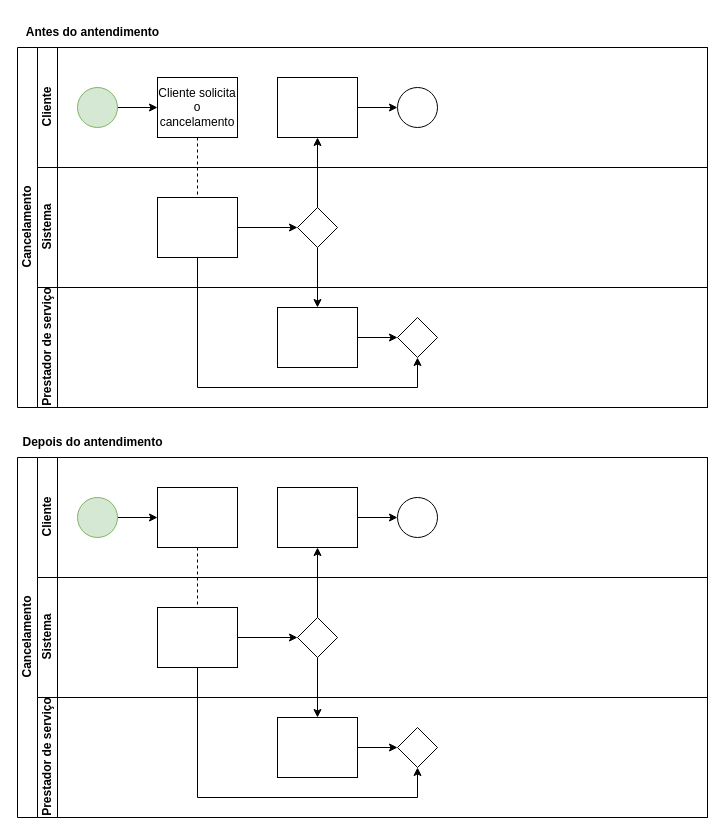
Before: Cancelamento.drawio in wholocked1/projeto_eng_software_041, a draw.io diagram. Source tidied: cells renumbered, new cells numbered last; positions are measured from the earlier drawing's top-left corner, leaving out a move shared by most shapes. Both pictures are drawn from the tidied source at 100%, with x=0, y=0 at pixel (17, 17).
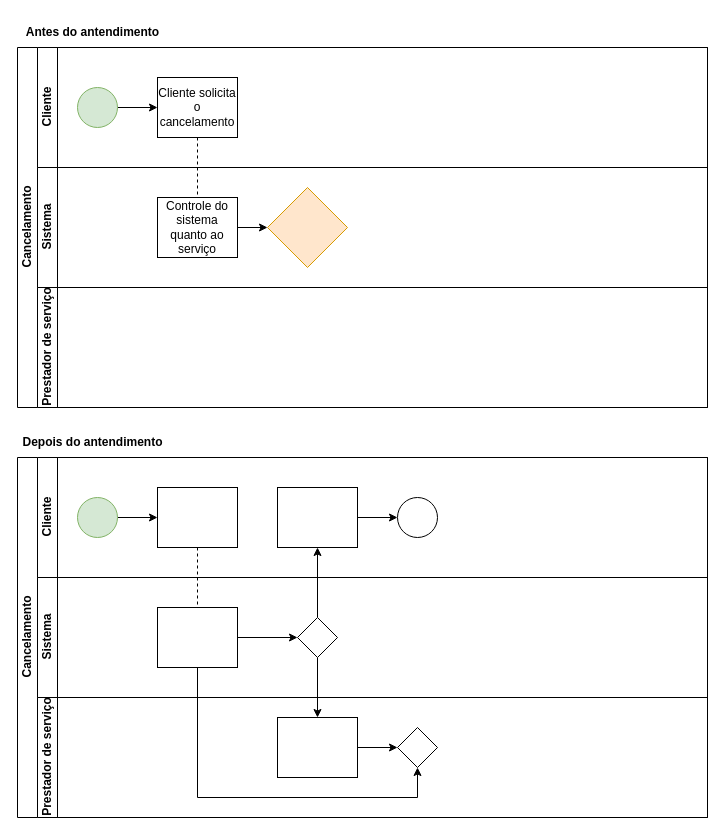
Above is the later version.

Commit message:
começo do cancelamento antes

Unchanged cells that the change refers to:
```xml
<mxCell id="2" value="Cancelamento" style="swimlane;html=1;horizontal=0;startSize=20;" parent="1" vertex="1">
  <mxGeometry y="30" width="690" height="360" as="geometry" />
</mxCell>
<mxCell id="7" value="Cliente" style="swimlane;html=1;startSize=20;horizontal=0;" parent="2" vertex="1">
  <mxGeometry x="20" width="670" height="120" as="geometry" />
</mxCell>
<mxCell id="14" value="Sistema" style="swimlane;html=1;startSize=20;horizontal=0;" parent="2" vertex="1">
  <mxGeometry x="20" y="120" width="670" height="120" as="geometry" />
</mxCell>
<mxCell id="18" value="Prestador de serviço" style="swimlane;html=1;startSize=20;horizontal=0;" parent="2" vertex="1">
  <mxGeometry x="20" y="240" width="670" height="120" as="geometry" />
</mxCell>
```

What changed in the source:
```diff
@@
-    <mxCell id="4" style="edgeStyle=orthogonalEdgeStyle;rounded=0;jettySize=auto;html=1;endArrow=classic;endFill=1;" parent="2" edge="1" source="17" target="12">
-      <mxGeometry relative="1" as="geometry" />
-    </mxCell>
-    <mxCell id="5" style="edgeStyle=orthogonalEdgeStyle;rounded=0;jettySize=auto;html=1;endArrow=classic;endFill=1;" parent="2" edge="1" source="17" target="20">
-      <mxGeometry relative="1" as="geometry" />
-    </mxCell>
-    <mxCell id="6" style="edgeStyle=orthogonalEdgeStyle;rounded=0;jettySize=auto;html=1;endArrow=classic;endFill=1;" parent="2" edge="1" source="16" target="21">
-      <mxGeometry relative="1" as="geometry">
-        <Array as="points">
-          <mxPoint x="180" y="340" />
-          <mxPoint x="400" y="340" />
-        </Array>
-      </mxGeometry>
-    </mxCell>
@@
-    <mxCell id="11" style="edgeStyle=orthogonalEdgeStyle;rounded=0;jettySize=auto;html=1;endArrow=classic;endFill=1;" parent="7" edge="1" source="12" target="13">
-      <mxGeometry relative="1" as="geometry" />
-    </mxCell>
-    <mxCell id="12" style="rounded=0;whiteSpace=wrap;html=1;fontFamily=Helvetica;fontSize=12;fontColor=#000000;align=center;" parent="7" vertex="1">
-      <mxGeometry x="240" y="30" width="80" height="60" as="geometry" />
-    </mxCell>
-    <mxCell id="13" style="ellipse;whiteSpace=wrap;html=1;" parent="7" vertex="1">
-      <mxGeometry x="360" y="40" width="40" height="40" as="geometry" />
-    </mxCell>
@@
-    <mxCell id="15" style="edgeStyle=orthogonalEdgeStyle;rounded=0;jettySize=auto;html=1;endArrow=classic;endFill=1;" parent="14" edge="1" source="16" target="17">
-      <mxGeometry relative="1" as="geometry" />
-    </mxCell>
-    <mxCell id="16" style="rounded=0;whiteSpace=wrap;html=1;fontFamily=Helvetica;fontSize=12;fontColor=#000000;align=center;" parent="14" vertex="1">
+    <mxCell id="16" value="Controle do sistema quanto ao serviço" style="rounded=0;whiteSpace=wrap;html=1;fontFamily=Helvetica;fontSize=12;fontColor=#000000;align=center;" parent="14" vertex="1">
       <mxGeometry x="120" y="30" width="80" height="60" as="geometry" />
     </mxCell>
-    <mxCell id="17" style="rhombus;whiteSpace=wrap;html=1;fontFamily=Helvetica;fontSize=12;fontColor=#000000;align=center;" parent="14" vertex="1">
-      <mxGeometry x="260" y="40" width="40" height="40" as="geometry" />
-    </mxCell>
@@
-    <mxCell id="19" style="edgeStyle=orthogonalEdgeStyle;rounded=0;jettySize=auto;html=1;endArrow=classic;endFill=1;" parent="18" edge="1" source="20" target="21">
-      <mxGeometry relative="1" as="geometry" />
-    </mxCell>
-    <mxCell id="20" style="rounded=0;whiteSpace=wrap;html=1;fontFamily=Helvetica;fontSize=12;fontColor=#000000;align=center;" parent="18" vertex="1">
-      <mxGeometry x="240" y="20" width="80" height="60" as="geometry" />
-    </mxCell>
-    <mxCell id="21" style="rhombus;whiteSpace=wrap;html=1;fontFamily=Helvetica;fontSize=12;fontColor=#000000;align=center;" parent="18" vertex="1">
-      <mxGeometry x="360" y="30" width="40" height="40" as="geometry" />
-    </mxCell>
@@
+    <mxCell id="44" style="rhombus;whiteSpace=wrap;html=1;fillColor=#ffe6cc;strokeColor=#d79b00;" parent="1" vertex="1">
+      <mxGeometry x="250" y="170" width="80" height="80" as="geometry" />
+    </mxCell>
+    <mxCell id="45" style="edgeStyle=orthogonalEdgeStyle;rounded=0;jettySize=auto;html=1;exitX=1;exitY=0.5;exitDx=0;exitDy=0;" parent="1" edge="1" source="16" target="44">
+      <mxGeometry relative="1" as="geometry" />
+    </mxCell>
```
